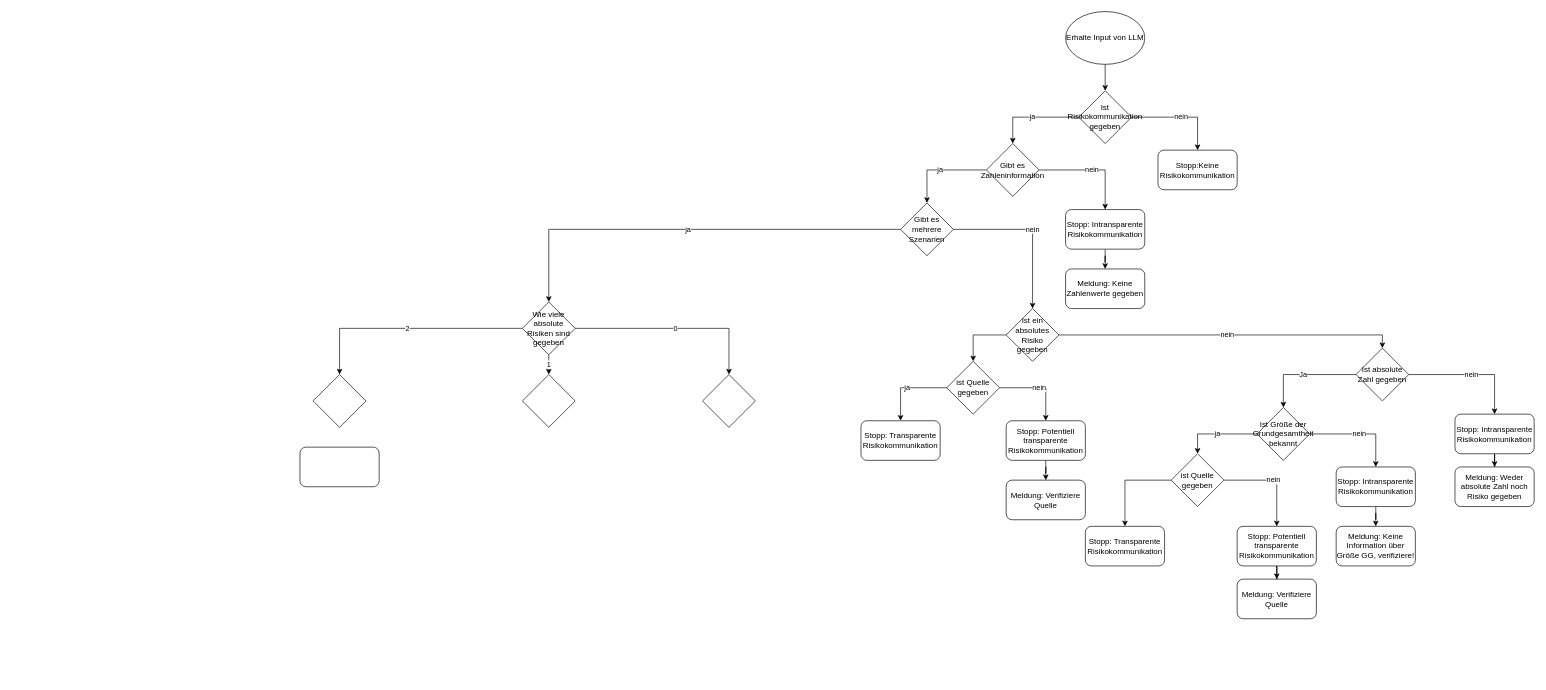
This is Pythonlogik Modell.drawio from kaihag250/Riscom, a draw.io file, before an edit. Source tidied: cells renumbered, new cells numbered last; positions are measured from the earlier drawing's top-left corner, leaving out a move shared by most shapes. Both pictures are drawn from the tidied source at 66%, with x=0, y=0 at pixel (300, 11).
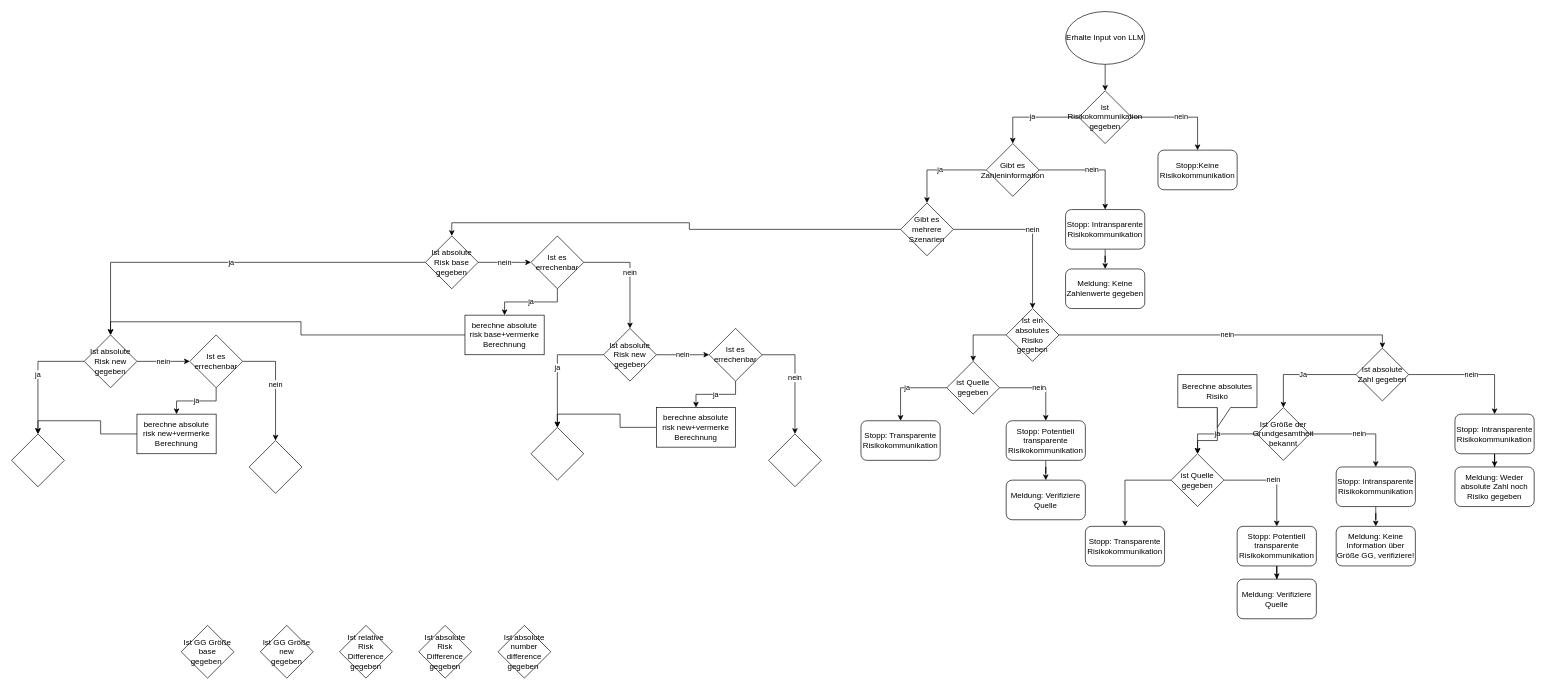
Above is the later version.

The change refers to these unchanged cells:
```xml
<mxCell id="15" value="Gibt es mehrere Szenarien" style="rhombus;whiteSpace=wrap;html=1;" parent="1" vertex="1">
  <mxGeometry x="910" y="290" width="80" height="80" as="geometry" />
</mxCell>
<mxCell id="22" value="Ist ein absolutes Risiko gegeben" style="rhombus;whiteSpace=wrap;html=1;" parent="1" vertex="1">
  <mxGeometry x="1070" y="450" width="80" height="80" as="geometry" />
</mxCell>
<mxCell id="38" value="ist Quelle gegeben" style="rhombus;whiteSpace=wrap;html=1;" parent="1" vertex="1">
  <mxGeometry x="1320" y="670" width="80" height="80" as="geometry" />
</mxCell>
```

What changed in the source:
```diff
@@
+    <mxCell id="14" value="nein" style="edgeStyle=orthogonalEdgeStyle;rounded=0;jettySize=auto;html=1;" parent="1" edge="1" source="15" target="22">
+      <mxGeometry relative="1" as="geometry" />
+    </mxCell>
-    <mxCell id="13" value="ja" style="edgeStyle=orthogonalEdgeStyle;rounded=0;jettySize=auto;html=1;entryX=0.5;entryY=0;entryDx=0;entryDy=0;" parent="1" edge="1" source="15" target="19">
+    <mxCell id="13" style="edgeStyle=orthogonalEdgeStyle;rounded=0;jettySize=auto;html=1;entryX=0.5;entryY=0;entryDx=0;entryDy=0;" parent="1" edge="1" source="15" target="19">
       <mxGeometry relative="1" as="geometry" />
     </mxCell>
-    <mxCell id="14" value="nein" style="edgeStyle=orthogonalEdgeStyle;rounded=0;jettySize=auto;html=1;" parent="1" edge="1" source="15" target="22">
-      <mxGeometry relative="1" as="geometry" />
-    </mxCell>
@@
-    <mxCell id="16" value="2" style="edgeStyle=orthogonalEdgeStyle;rounded=0;jettySize=auto;html=1;entryX=0.5;entryY=0;entryDx=0;entryDy=0;" parent="1" edge="1" source="19" target="51">
+    <mxCell id="16" value="ja" style="edgeStyle=orthogonalEdgeStyle;rounded=0;jettySize=auto;html=1;entryX=0.5;entryY=0;entryDx=0;entryDy=0;" parent="1" edge="1" source="19" target="78">
       <mxGeometry relative="1" as="geometry" />
     </mxCell>
-    <mxCell id="17" value="1" style="edgeStyle=orthogonalEdgeStyle;rounded=0;jettySize=auto;html=1;entryX=0.5;entryY=0;entryDx=0;entryDy=0;" parent="1" edge="1" source="19" target="50">
-      <mxGeometry relative="1" as="geometry" />
-    </mxCell>
-    <mxCell id="18" value="0" style="edgeStyle=orthogonalEdgeStyle;rounded=0;jettySize=auto;html=1;" parent="1" edge="1" source="19" target="53">
-      <mxGeometry relative="1" as="geometry" />
-    </mxCell>
+    <mxCell id="54" value="nein" style="edgeStyle=orthogonalEdgeStyle;rounded=0;jettySize=auto;html=1;" parent="1" edge="1" source="19" target="68">
+      <mxGeometry relative="1" as="geometry" />
+    </mxCell>
-    <mxCell id="19" value="Wie viele absolute Risiken sind gegeben" style="rhombus;whiteSpace=wrap;html=1;" parent="1" vertex="1">
-      <mxGeometry x="337" y="440" width="80" height="80" as="geometry" />
+    <mxCell id="19" value="Ist absolute Risk base gegeben" style="rhombus;whiteSpace=wrap;html=1;" parent="1" vertex="1">
+      <mxGeometry x="190" y="340" width="80" height="80" as="geometry" />
     </mxCell>
@@
-    <mxCell id="50" style="rhombus;whiteSpace=wrap;html=1;" parent="1" vertex="1">
-      <mxGeometry x="337" y="550" width="80" height="80" as="geometry" />
-    </mxCell>
-    <mxCell id="51" style="rhombus;whiteSpace=wrap;html=1;" parent="1" vertex="1">
-      <mxGeometry x="20" y="550" width="80" height="80" as="geometry" />
-    </mxCell>
-    <mxCell id="52" style="rounded=1;whiteSpace=wrap;html=1;" parent="1" vertex="1">
-      <mxGeometry y="660" width="120" height="60" as="geometry" />
-    </mxCell>
+    <mxCell id="55" value="ja" style="edgeStyle=orthogonalEdgeStyle;rounded=0;jettySize=auto;html=1;" parent="1" edge="1" source="53" target="57">
+      <mxGeometry relative="1" as="geometry" />
+    </mxCell>
+    <mxCell id="56" value="nein" style="edgeStyle=orthogonalEdgeStyle;rounded=0;jettySize=auto;html=1;" parent="1" edge="1" source="53" target="73">
+      <mxGeometry relative="1" as="geometry" />
+    </mxCell>
-    <mxCell id="53" style="rhombus;whiteSpace=wrap;html=1;" parent="1" vertex="1">
-      <mxGeometry x="610" y="550" width="80" height="80" as="geometry" />
+    <mxCell id="53" value="Ist absolute Risk new gegeben" style="rhombus;whiteSpace=wrap;html=1;" parent="1" vertex="1">
+      <mxGeometry x="460" y="480" width="80" height="80" as="geometry" />
     </mxCell>
+    <mxCell id="57" style="rhombus;whiteSpace=wrap;html=1;" parent="1" vertex="1">
+      <mxGeometry x="350" y="630" width="80" height="80" as="geometry" />
+    </mxCell>
+    <mxCell id="58" style="rhombus;whiteSpace=wrap;html=1;" parent="1" vertex="1">
+      <mxGeometry x="710" y="640" width="80" height="80" as="geometry" />
+    </mxCell>
+    <mxCell id="59" style="edgeStyle=orthogonalEdgeStyle;rounded=0;jettySize=auto;html=1;" parent="1" edge="1" source="60" target="38">
+      <mxGeometry relative="1" as="geometry" />
+    </mxCell>
+    <mxCell id="60" value="Berechne absolutes Risiko" style="shape=callout;whiteSpace=wrap;html=1;perimeter=calloutPerimeter;" parent="1" vertex="1">
+      <mxGeometry x="1330" y="550" width="120" height="80" as="geometry" />
+    </mxCell>
+    <mxCell id="61" value="Ist GG Größe base gegeben&amp;nbsp;" style="rhombus;whiteSpace=wrap;html=1;" parent="1" vertex="1">
+      <mxGeometry x="-180" y="930" width="80" height="80" as="geometry" />
+    </mxCell>
+    <mxCell id="62" value="Ist relative Risk Difference gegeben" style="rhombus;whiteSpace=wrap;html=1;" parent="1" vertex="1">
+      <mxGeometry x="60" y="930" width="80" height="80" as="geometry" />
+    </mxCell>
+    <mxCell id="63" value="Ist absolute Risk Difference gegeben" style="rhombus;whiteSpace=wrap;html=1;" parent="1" vertex="1">
+      <mxGeometry x="180" y="930" width="80" height="80" as="geometry" />
+    </mxCell>
+    <mxCell id="64" value="Ist GG Größe new&lt;div&gt;&amp;nbsp;gegeben&amp;nbsp;&lt;/div&gt;" style="rhombus;whiteSpace=wrap;html=1;" parent="1" vertex="1">
+      <mxGeometry x="-60" y="930" width="80" height="80" as="geometry" />
+    </mxCell>
+    <mxCell id="65" value="Ist absolute number difference gegeben&amp;nbsp;" style="rhombus;whiteSpace=wrap;html=1;" parent="1" vertex="1">
+      <mxGeometry x="300" y="930" width="80" height="80" as="geometry" />
+    </mxCell>
+    <mxCell id="66" value="ja" style="edgeStyle=orthogonalEdgeStyle;rounded=0;jettySize=auto;html=1;" parent="1" edge="1" source="68" target="70">
+      <mxGeometry relative="1" as="geometry" />
+    </mxCell>
+    <mxCell id="67" value="nein" style="edgeStyle=orthogonalEdgeStyle;rounded=0;jettySize=auto;html=1;entryX=0.5;entryY=0;entryDx=0;entryDy=0;" parent="1" edge="1" source="68" target="53">
+      <mxGeometry relative="1" as="geometry" />
+    </mxCell>
+    <mxCell id="68" value="Ist es errechenbar" style="rhombus;whiteSpace=wrap;html=1;" parent="1" vertex="1">
+      <mxGeometry x="350" y="340" width="80" height="80" as="geometry" />
+    </mxCell>
+    <mxCell id="69" style="edgeStyle=orthogonalEdgeStyle;rounded=0;jettySize=auto;html=1;entryX=0.5;entryY=0;entryDx=0;entryDy=0;" parent="1" edge="1" source="70" target="78">
+      <mxGeometry relative="1" as="geometry" />
+    </mxCell>
+    <mxCell id="70" value="berechne absolute risk base+vermerke Berechnung" style="whiteSpace=wrap;html=1;" parent="1" vertex="1">
+      <mxGeometry x="250" y="460" width="120" height="60" as="geometry" />
+    </mxCell>
+    <mxCell id="71" value="ja" style="edgeStyle=orthogonalEdgeStyle;rounded=0;jettySize=auto;html=1;" parent="1" edge="1" source="73" target="75">
+      <mxGeometry relative="1" as="geometry" />
+    </mxCell>
+    <mxCell id="72" value="nein" style="edgeStyle=orthogonalEdgeStyle;rounded=0;jettySize=auto;html=1;entryX=0.5;entryY=0;entryDx=0;entryDy=0;" parent="1" edge="1" source="73" target="58">
+      <mxGeometry relative="1" as="geometry" />
+    </mxCell>
+    <mxCell id="73" value="Ist es errechenbar" style="rhombus;whiteSpace=wrap;html=1;" parent="1" vertex="1">
+      <mxGeometry x="620" y="480" width="80" height="80" as="geometry" />
+    </mxCell>
+    <mxCell id="74" style="edgeStyle=orthogonalEdgeStyle;rounded=0;jettySize=auto;html=1;entryX=0.5;entryY=0;entryDx=0;entryDy=0;" parent="1" edge="1" source="75" target="57">
+      <mxGeometry relative="1" as="geometry" />
+    </mxCell>
+    <mxCell id="75" value="berechne absolute risk new+vermerke Berechnung" style="whiteSpace=wrap;html=1;" parent="1" vertex="1">
+      <mxGeometry x="540" y="600" width="120" height="60" as="geometry" />
+    </mxCell>
+    <mxCell id="76" value="ja" style="edgeStyle=orthogonalEdgeStyle;rounded=0;jettySize=auto;html=1;" parent="1" edge="1" source="78" target="79">
+      <mxGeometry relative="1" as="geometry" />
+    </mxCell>
+    <mxCell id="77" value="nein" style="edgeStyle=orthogonalEdgeStyle;rounded=0;jettySize=auto;html=1;" parent="1" edge="1" source="78" target="83">
+      <mxGeometry relative="1" as="geometry" />
+    </mxCell>
+    <mxCell id="78" value="Ist absolute Risk new gegeben" style="rhombus;whiteSpace=wrap;html=1;" parent="1" vertex="1">
+      <mxGeometry x="-327" y="490" width="80" height="80" as="geometry" />
+    </mxCell>
+    <mxCell id="79" style="rhombus;whiteSpace=wrap;html=1;" parent="1" vertex="1">
+      <mxGeometry x="-437" y="640" width="80" height="80" as="geometry" />
+    </mxCell>
+    <mxCell id="80" style="rhombus;whiteSpace=wrap;html=1;" parent="1" vertex="1">
+      <mxGeometry x="-77" y="650" width="80" height="80" as="geometry" />
+    </mxCell>
+    <mxCell id="81" value="ja" style="edgeStyle=orthogonalEdgeStyle;rounded=0;jettySize=auto;html=1;" parent="1" edge="1" source="83" target="85">
+      <mxGeometry relative="1" as="geometry" />
+    </mxCell>
+    <mxCell id="82" value="nein" style="edgeStyle=orthogonalEdgeStyle;rounded=0;jettySize=auto;html=1;entryX=0.5;entryY=0;entryDx=0;entryDy=0;" parent="1" edge="1" source="83" target="80">
+      <mxGeometry relative="1" as="geometry" />
+    </mxCell>
+    <mxCell id="83" value="Ist es errechenbar" style="rhombus;whiteSpace=wrap;html=1;" parent="1" vertex="1">
+      <mxGeometry x="-167" y="490" width="80" height="80" as="geometry" />
+    </mxCell>
+    <mxCell id="84" style="edgeStyle=orthogonalEdgeStyle;rounded=0;jettySize=auto;html=1;entryX=0.5;entryY=0;entryDx=0;entryDy=0;" parent="1" edge="1" source="85" target="79">
+      <mxGeometry relative="1" as="geometry" />
+    </mxCell>
+    <mxCell id="85" value="berechne absolute risk new+vermerke Berechnung" style="whiteSpace=wrap;html=1;" parent="1" vertex="1">
+      <mxGeometry x="-247" y="610" width="120" height="60" as="geometry" />
+    </mxCell>
```
